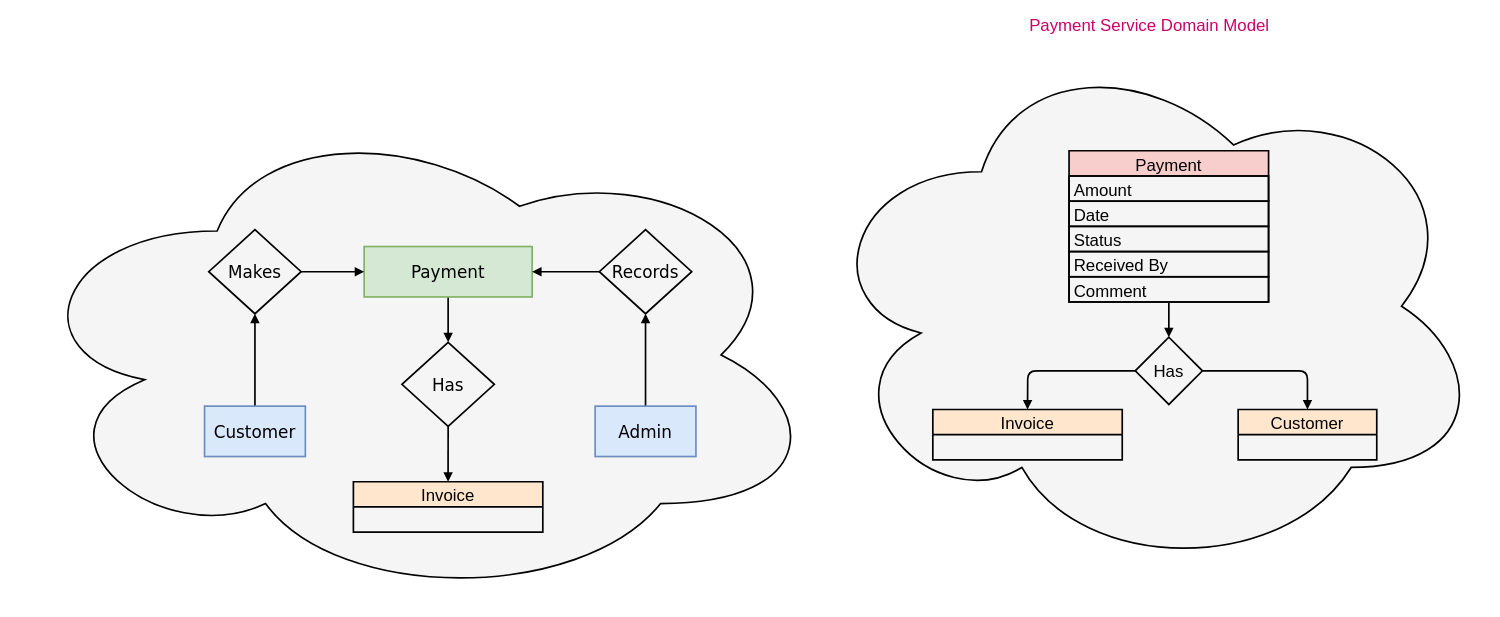
Before: docs/diagram/payment_service_domain_model.drawio in dudhwalas/dudhwala, a draw.io diagram. Source tidied: cells renumbered, new cells numbered last; positions are measured from the earlier drawing's top-left corner, leaving out a move shared by most shapes. Both pictures are drawn from the tidied source at 84%, with x=0, y=0 at pixel (15, 37).
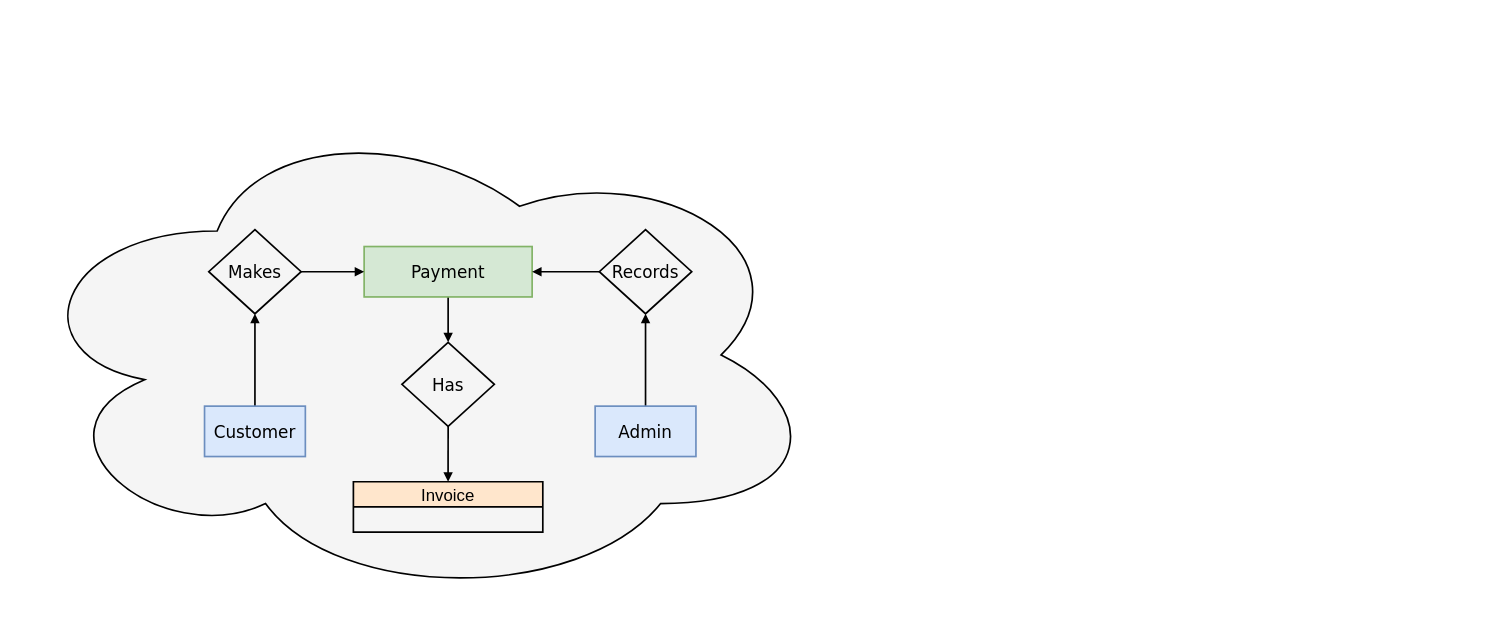
The same diagram, later.

Commit message (it also covers changes not shown here):
added payment service specs

The edit, as a diff of the source:
```diff
@@
-    <mxCell id="2" value="Payment Service Domain Model" style="ellipse;shape=cloud;whiteSpace=wrap;html=1;fillColor=#f5f5f5;fontColor=#CC0066;strokeColor=#000000;strokeWidth=2;labelPosition=center;verticalLabelPosition=top;align=center;verticalAlign=bottom;fontSize=20;" parent="1" vertex="1">
-      <mxGeometry x="950" width="800" height="640" as="geometry" />
-    </mxCell>
-    <mxCell id="3" value="Payment" style="swimlane;fontStyle=0;horizontal=1;startSize=30;fillColor=#f8cecc;strokeColor=#000000;fontSize=20;strokeWidth=2;" parent="1" vertex="1">
-      <mxGeometry x="1254.2" y="135" width="237.5" height="180" as="geometry" />
-    </mxCell>
-    <mxCell id="4" value="Amount" style="text;strokeColor=#000000;fillColor=none;align=left;verticalAlign=middle;spacingLeft=4;spacingRight=4;overflow=hidden;fontSize=20;strokeWidth=2;" parent="3" vertex="1">
-      <mxGeometry y="30" width="237.5" height="30" as="geometry" />
-    </mxCell>
-    <mxCell id="5" value="Date" style="text;strokeColor=#000000;fillColor=none;align=left;verticalAlign=middle;spacingLeft=4;spacingRight=4;overflow=hidden;fontSize=20;strokeWidth=2;" parent="3" vertex="1">
-      <mxGeometry y="60" width="237.5" height="30" as="geometry" />
-    </mxCell>
-    <mxCell id="6" value="Status" style="text;strokeColor=#000000;fillColor=none;align=left;verticalAlign=middle;spacingLeft=4;spacingRight=4;overflow=hidden;fontSize=20;strokeWidth=2;" parent="3" vertex="1">
-      <mxGeometry y="90" width="237.5" height="30" as="geometry" />
-    </mxCell>
-    <mxCell id="7" value="Received By" style="text;strokeColor=#000000;fillColor=none;align=left;verticalAlign=middle;spacingLeft=4;spacingRight=4;overflow=hidden;fontSize=20;strokeWidth=2;" parent="3" vertex="1">
-      <mxGeometry y="120" width="237.5" height="30" as="geometry" />
-    </mxCell>
-    <mxCell id="8" value="Comment" style="text;strokeColor=#000000;fillColor=none;align=left;verticalAlign=middle;spacingLeft=4;spacingRight=4;overflow=hidden;points=[[0,0.5],[1,0.5]];portConstraint=eastwest;fontSize=20;strokeWidth=2;" parent="3" vertex="1">
-      <mxGeometry y="150" width="237.5" height="30" as="geometry" />
-    </mxCell>
-    <mxCell id="9" value="Invoice" style="swimlane;fontStyle=0;horizontal=1;startSize=30;fillColor=#ffe6cc;strokeColor=#000000;fontSize=20;strokeWidth=2;" parent="1" vertex="1">
-      <mxGeometry x="1092" y="443" width="225.5" height="60" as="geometry" />
-    </mxCell>
-    <mxCell id="10" style="edgeStyle=none;html=1;exitX=1;exitY=0.5;exitDx=0;exitDy=0;entryX=0.5;entryY=0;entryDx=0;entryDy=0;endArrow=block;endFill=1;strokeWidth=2;strokeColor=#000000;" parent="1" edge="1" source="11" target="14">
-      <mxGeometry relative="1" as="geometry">
-        <Array as="points">
-          <mxPoint x="1538" y="397" />
-        </Array>
-      </mxGeometry>
-    </mxCell>
-    <mxCell id="11" value="Has" style="rhombus;whiteSpace=wrap;html=1;fontSize=20;fillColor=none;strokeWidth=2;strokeColor=#000000;" parent="1" vertex="1">
-      <mxGeometry x="1333" y="357" width="80" height="80" as="geometry" />
-    </mxCell>
-    <mxCell id="12" style="edgeStyle=none;html=1;entryX=0.5;entryY=0;entryDx=0;entryDy=0;fontSize=20;endArrow=block;endFill=1;strokeWidth=2;exitX=0.5;exitY=1.033;exitDx=0;exitDy=0;exitPerimeter=0;strokeColor=#000000;" parent="1" edge="1" source="8" target="11">
-      <mxGeometry relative="1" as="geometry" />
-    </mxCell>
-    <mxCell id="13" style="edgeStyle=none;html=1;entryX=0.5;entryY=0;entryDx=0;entryDy=0;fontSize=20;endArrow=block;endFill=1;strokeWidth=2;exitX=0;exitY=0.5;exitDx=0;exitDy=0;strokeColor=#000000;" parent="1" edge="1" source="11" target="9">
-      <mxGeometry relative="1" as="geometry">
-        <Array as="points">
-          <mxPoint x="1205" y="397" />
-        </Array>
-      </mxGeometry>
-    </mxCell>
-    <mxCell id="14" value="Customer" style="swimlane;fontStyle=0;horizontal=1;startSize=30;fillColor=#ffe6cc;strokeColor=#000000;fontSize=20;strokeWidth=2;" parent="1" vertex="1">
-      <mxGeometry x="1455.5" y="443" width="165" height="60" as="geometry" />
-    </mxCell>
```
